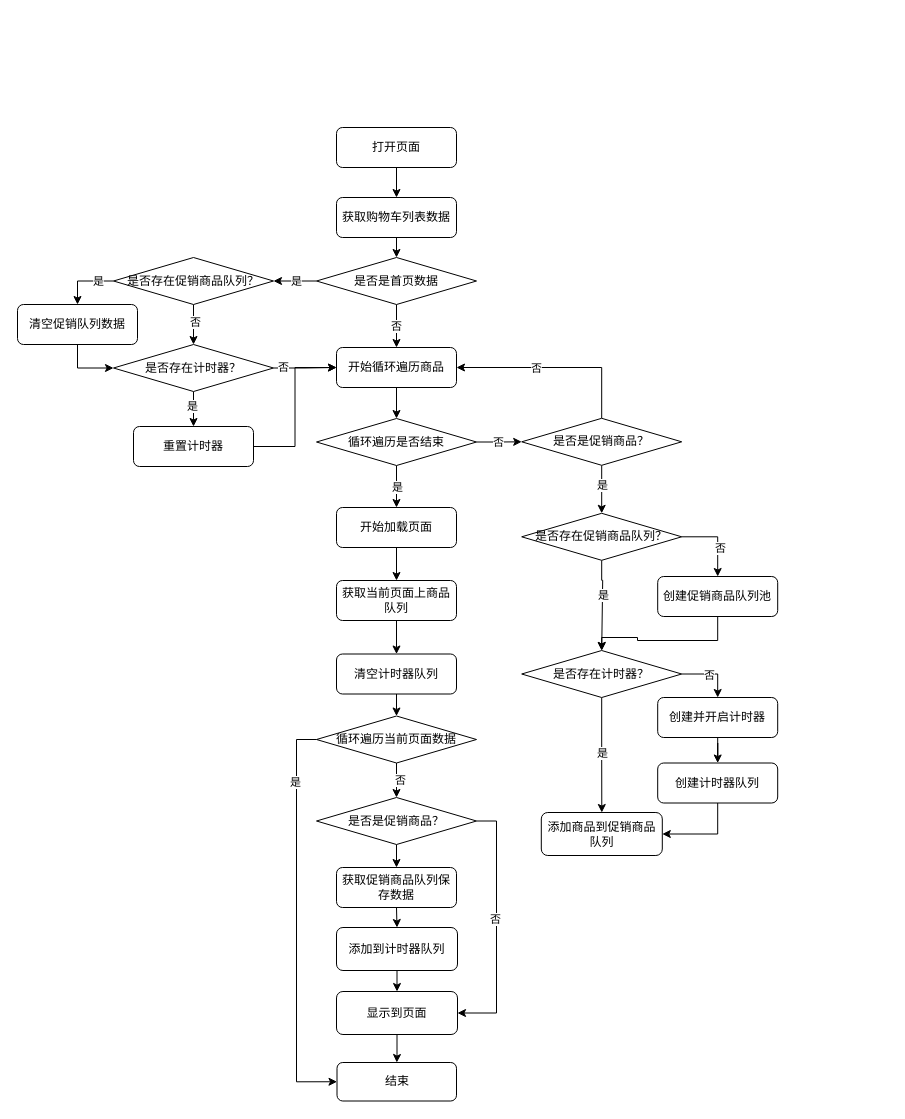
This is cart.drawio from wushenchao/dro, a draw.io file, before an edit. Source tidied: cells renumbered, new cells numbered last; positions are measured from the earlier drawing's top-left corner, leaving out a move shared by most shapes. Both pictures are drawn from the tidied source at 100%, with x=0, y=0 at pixel (17, 127).
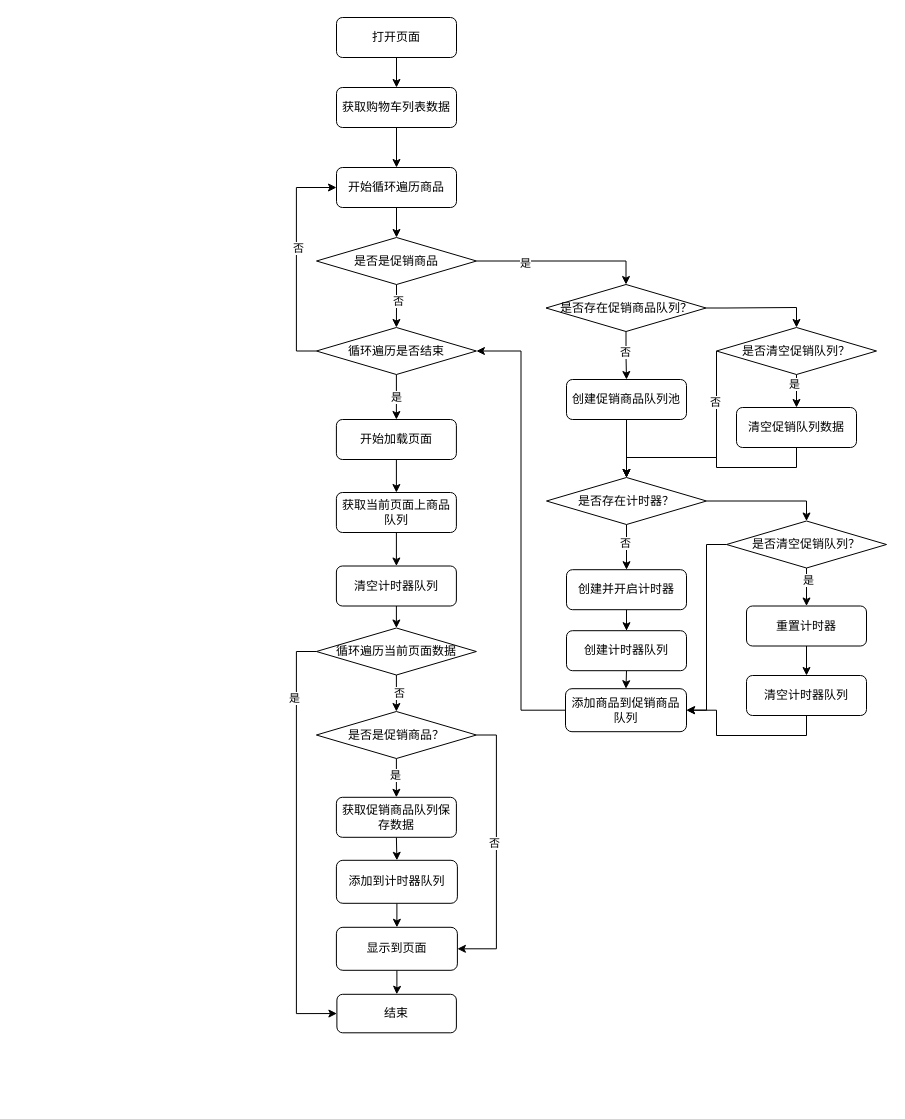
After the change.

Unchanged cells that the change refers to:
```xml
<mxCell id="36" style="edgeStyle=orthogonalEdgeStyle;rounded=0;jettySize=auto;html=1;exitX=0.5;exitY=1;exitDx=0;exitDy=0;entryX=0.5;entryY=0;entryDx=0;entryDy=0;" parent="1" edge="1" source="40" target="44">
  <mxGeometry relative="1" as="geometry" />
</mxCell>
<mxCell id="54" style="edgeStyle=orthogonalEdgeStyle;rounded=0;jettySize=auto;html=1;exitX=0.5;exitY=1;exitDx=0;exitDy=0;entryX=0.5;entryY=0;entryDx=0;entryDy=0;" parent="1" edge="1" source="57" target="59">
  <mxGeometry relative="1" as="geometry" />
</mxCell>
```

Change to the diagram source:
```diff
@@
     <mxCell id="3" value="打开页面" style="rounded=1;whiteSpace=wrap;html=1;" parent="1" vertex="1">
-      <mxGeometry x="319" width="120" height="40" as="geometry" />
+      <mxGeometry x="319" y="-110" width="120" height="40" as="geometry" />
     </mxCell>
-    <mxCell id="4" style="edgeStyle=orthogonalEdgeStyle;rounded=0;jettySize=auto;html=1;exitX=0.5;exitY=1;exitDx=0;exitDy=0;entryX=0.5;entryY=0;entryDx=0;entryDy=0;" parent="1" edge="1" source="5" target="49">
-      <mxGeometry relative="1" as="geometry" />
-    </mxCell>
+    <mxCell id="76" style="edgeStyle=orthogonalEdgeStyle;rounded=0;jettySize=auto;html=1;exitX=0.5;exitY=1;exitDx=0;exitDy=0;entryX=0.5;entryY=0;entryDx=0;entryDy=0;" parent="1" edge="1" source="5" target="91">
+      <mxGeometry relative="1" as="geometry" />
+    </mxCell>
     <mxCell id="5" value="开始循环遍历商品" style="rounded=1;whiteSpace=wrap;html=1;" parent="1" vertex="1">
-      <mxGeometry x="319" y="220" width="120" height="40" as="geometry" />
+      <mxGeometry x="319" y="40" width="120" height="40" as="geometry" />
     </mxCell>
-    <mxCell id="6" style="edgeStyle=orthogonalEdgeStyle;rounded=0;jettySize=auto;html=1;exitX=0.5;exitY=1;exitDx=0;exitDy=0;entryX=0.5;entryY=0;entryDx=0;entryDy=0;" parent="1" edge="1" source="10" target="15">
-      <mxGeometry relative="1" as="geometry" />
-    </mxCell>
-    <mxCell id="7" value="是" style="edgeLabel;html=1;align=center;verticalAlign=middle;" parent="6" vertex="1">
-      <mxGeometry x="-0.15" relative="1" as="geometry" />
-    </mxCell>
-    <mxCell id="8" style="edgeStyle=orthogonalEdgeStyle;rounded=0;jettySize=auto;html=1;exitX=0.5;exitY=0;exitDx=0;exitDy=0;entryX=1;entryY=0.5;entryDx=0;entryDy=0;" parent="1" edge="1" source="10" target="5">
-      <mxGeometry relative="1" as="geometry" />
-    </mxCell>
-    <mxCell id="9" value="否" style="edgeLabel;html=1;align=center;verticalAlign=middle;" parent="8" vertex="1">
-      <mxGeometry x="0.2" relative="1" as="geometry">
-        <mxPoint x="1" as="offset" />
-      </mxGeometry>
-    </mxCell>
-    <mxCell id="10" value="是否是促销商品？" style="rhombus;whiteSpace=wrap;html=1;" parent="1" vertex="1">
-      <mxGeometry x="504.2" y="290.8" width="160" height="47" as="geometry" />
-    </mxCell>
-    <mxCell id="11" style="edgeStyle=orthogonalEdgeStyle;rounded=0;jettySize=auto;html=1;exitX=0.5;exitY=1;exitDx=0;exitDy=0;entryX=0.5;entryY=0;entryDx=0;entryDy=0;" parent="1" edge="1" source="15" target="21">
-      <mxGeometry relative="1" as="geometry">
-        <Array as="points">
-          <mxPoint x="584.2" y="452.8" />
-          <mxPoint x="585.2" y="452.8" />
-        </Array>
-      </mxGeometry>
-    </mxCell>
-    <mxCell id="12" value="是" style="edgeLabel;html=1;align=center;verticalAlign=middle;" parent="11" vertex="1">
-      <mxGeometry x="-0.21" y="1" relative="1" as="geometry" />
-    </mxCell>
-    <mxCell id="13" style="edgeStyle=orthogonalEdgeStyle;rounded=0;jettySize=auto;html=1;exitX=1;exitY=0.5;exitDx=0;exitDy=0;entryX=0.5;entryY=0;entryDx=0;entryDy=0;" parent="1" edge="1" source="15" target="70">
-      <mxGeometry relative="1" as="geometry" />
-    </mxCell>
-    <mxCell id="14" value="否" style="edgeLabel;html=1;align=center;verticalAlign=middle;" parent="13" vertex="1">
-      <mxGeometry x="0.23" y="2" relative="1" as="geometry" />
-    </mxCell>
-    <mxCell id="15" value="是否存在促销商品队列？" style="rhombus;whiteSpace=wrap;html=1;" parent="1" vertex="1">
-      <mxGeometry x="504.2" y="385.8" width="160" height="47" as="geometry" />
-    </mxCell>
+    <mxCell id="77" style="edgeStyle=orthogonalEdgeStyle;rounded=0;jettySize=auto;html=1;exitX=0;exitY=0.5;exitDx=0;exitDy=0;entryX=1;entryY=0.5;entryDx=0;entryDy=0;" parent="1" edge="1" source="16" target="49">
+      <mxGeometry relative="1" as="geometry" />
+    </mxCell>
     <mxCell id="16" value="添加商品到促销商品队列" style="rounded=1;whiteSpace=wrap;html=1;" parent="1" vertex="1">
-      <mxGeometry x="523.8" y="685" width="121" height="43" as="geometry" />
+      <mxGeometry x="548" y="561.2" width="121" height="43" as="geometry" />
     </mxCell>
-    <mxCell id="17" style="edgeStyle=orthogonalEdgeStyle;rounded=0;jettySize=auto;html=1;exitX=0.5;exitY=1;exitDx=0;exitDy=0;entryX=0.5;entryY=0;entryDx=0;entryDy=0;" parent="1" edge="1" source="21" target="16">
-      <mxGeometry relative="1" as="geometry" />
-    </mxCell>
-    <mxCell id="18" value="是" style="edgeLabel;html=1;align=center;verticalAlign=middle;" parent="17" vertex="1">
-      <mxGeometry x="-0.04" relative="1" as="geometry" />
-    </mxCell>
-    <mxCell id="19" style="edgeStyle=orthogonalEdgeStyle;rounded=0;jettySize=auto;html=1;exitX=1;exitY=0.5;exitDx=0;exitDy=0;entryX=0.5;entryY=0;entryDx=0;entryDy=0;" parent="1" edge="1" source="21" target="23">
-      <mxGeometry relative="1" as="geometry" />
-    </mxCell>
-    <mxCell id="20" value="否" style="edgeLabel;html=1;align=center;verticalAlign=middle;" parent="19" vertex="1">
-      <mxGeometry x="-0.1" relative="1" as="geometry">
-        <mxPoint y="1" as="offset" />
-      </mxGeometry>
-    </mxCell>
-    <mxCell id="21" value="是否存在计时器？" style="rhombus;whiteSpace=wrap;html=1;" parent="1" vertex="1">
-      <mxGeometry x="504.2" y="523" width="160" height="47" as="geometry" />
-    </mxCell>
@@
-    <mxCell id="23" value="创建并开启计时器" style="rounded=1;whiteSpace=wrap;html=1;" parent="1" vertex="1">
-      <mxGeometry x="640.2" y="570" width="120" height="40" as="geometry" />
+    <mxCell id="23" value="重置计时器" style="rounded=1;whiteSpace=wrap;html=1;" parent="1" vertex="1">
+      <mxGeometry x="729" y="478.5" width="120" height="40" as="geometry" />
     </mxCell>
-    <mxCell id="24" style="edgeStyle=orthogonalEdgeStyle;rounded=0;jettySize=auto;html=1;exitX=0.5;exitY=1;exitDx=0;exitDy=0;entryX=0.5;entryY=0;entryDx=0;entryDy=0;" parent="1" edge="1" source="25" target="30">
-      <mxGeometry relative="1" as="geometry" />
-    </mxCell>
+    <mxCell id="78" style="edgeStyle=orthogonalEdgeStyle;rounded=0;jettySize=auto;html=1;exitX=0.5;exitY=1;exitDx=0;exitDy=0;" parent="1" edge="1" source="25" target="5">
+      <mxGeometry relative="1" as="geometry" />
+    </mxCell>
     <mxCell id="25" value="获取购物车列表数据" style="rounded=1;whiteSpace=wrap;html=1;" parent="1" vertex="1">
-      <mxGeometry x="319" y="70" width="120" height="40" as="geometry" />
+      <mxGeometry x="319" y="-40" width="120" height="40" as="geometry" />
     </mxCell>
-    <mxCell id="26" style="edgeStyle=orthogonalEdgeStyle;rounded=0;jettySize=auto;html=1;exitX=0.5;exitY=1;exitDx=0;exitDy=0;" parent="1" edge="1" source="30" target="5">
-      <mxGeometry relative="1" as="geometry" />
-    </mxCell>
-    <mxCell id="27" value="否" style="edgeLabel;html=1;align=center;verticalAlign=middle;" parent="26" vertex="1">
-      <mxGeometry x="-0.02" y="-1" relative="1" as="geometry" />
-    </mxCell>
-    <mxCell id="28" style="edgeStyle=orthogonalEdgeStyle;rounded=0;jettySize=auto;html=1;exitX=0;exitY=0.5;exitDx=0;exitDy=0;entryX=1;entryY=0.5;entryDx=0;entryDy=0;" parent="1" edge="1" source="30" target="35">
-      <mxGeometry relative="1" as="geometry" />
-    </mxCell>
-    <mxCell id="29" value="是" style="edgeLabel;html=1;align=center;verticalAlign=middle;" parent="28" vertex="1">
-      <mxGeometry x="-0.02" relative="1" as="geometry" />
-    </mxCell>
-    <mxCell id="30" value="是否是首页数据" style="rhombus;whiteSpace=wrap;html=1;" parent="1" vertex="1">
-      <mxGeometry x="299" y="130" width="160" height="47" as="geometry" />
-    </mxCell>
-    <mxCell id="31" style="edgeStyle=orthogonalEdgeStyle;rounded=0;jettySize=auto;html=1;exitX=0.5;exitY=1;exitDx=0;exitDy=0;entryX=0.5;entryY=0;entryDx=0;entryDy=0;" parent="1" edge="1" source="35" target="40">
-      <mxGeometry relative="1" as="geometry" />
-    </mxCell>
-    <mxCell id="32" value="否" style="edgeLabel;html=1;align=center;verticalAlign=middle;" parent="31" vertex="1">
-      <mxGeometry x="-0.16" y="1" relative="1" as="geometry" />
-    </mxCell>
-    <mxCell id="33" style="edgeStyle=orthogonalEdgeStyle;rounded=0;jettySize=auto;html=1;exitX=0;exitY=0.5;exitDx=0;exitDy=0;entryX=0.5;entryY=0;entryDx=0;entryDy=0;" parent="1" edge="1" source="35" target="42">
-      <mxGeometry relative="1" as="geometry" />
-    </mxCell>
-    <mxCell id="34" value="是" style="edgeLabel;html=1;align=center;verticalAlign=middle;" parent="33" vertex="1">
-      <mxGeometry x="-0.47" relative="1" as="geometry" />
-    </mxCell>
+    <mxCell id="79" style="edgeStyle=orthogonalEdgeStyle;rounded=0;jettySize=auto;html=1;exitX=0.5;exitY=1;exitDx=0;exitDy=0;entryX=0.5;entryY=0;entryDx=0;entryDy=0;" parent="1" edge="1" source="35" target="70">
+      <mxGeometry relative="1" as="geometry" />
+    </mxCell>
+    <mxCell id="80" value="否" style="edgeLabel;html=1;align=center;verticalAlign=middle;" parent="79" vertex="1">
+      <mxGeometry x="-0.16" y="-1" relative="1" as="geometry" />
+    </mxCell>
+    <mxCell id="81" style="edgeStyle=orthogonalEdgeStyle;rounded=0;jettySize=auto;html=1;exitX=1;exitY=0.5;exitDx=0;exitDy=0;entryX=0.5;entryY=0;entryDx=0;entryDy=0;" parent="1" edge="1" source="35" target="99">
+      <mxGeometry relative="1" as="geometry" />
+    </mxCell>
     <mxCell id="35" value="是否存在促销商品队列？" style="rhombus;whiteSpace=wrap;html=1;" parent="1" vertex="1">
-      <mxGeometry x="96" y="130" width="160" height="47" as="geometry" />
+      <mxGeometry x="528.5" y="157" width="160" height="47" as="geometry" />
     </mxCell>
@@
-    <mxCell id="37" value="是" style="edgeLabel;html=1;align=center;verticalAlign=middle;" parent="36" vertex="1">
+    <mxCell id="37" value="否" style="edgeLabel;html=1;align=center;verticalAlign=middle;" parent="36" vertex="1">
       <mxGeometry x="-0.21" y="-2" relative="1" as="geometry" />
     </mxCell>
-    <mxCell id="38" style="edgeStyle=orthogonalEdgeStyle;rounded=0;jettySize=auto;html=1;exitX=1;exitY=0.5;exitDx=0;exitDy=0;entryX=0;entryY=0.5;entryDx=0;entryDy=0;" parent="1" edge="1" source="40" target="5">
-      <mxGeometry relative="1" as="geometry" />
-    </mxCell>
-    <mxCell id="39" value="否" style="edgeLabel;html=1;align=center;verticalAlign=middle;" parent="38" vertex="1">
-      <mxGeometry x="-0.71" y="2" relative="1" as="geometry">
-        <mxPoint y="1" as="offset" />
-      </mxGeometry>
-    </mxCell>
+    <mxCell id="82" style="edgeStyle=orthogonalEdgeStyle;rounded=0;jettySize=auto;html=1;exitX=1;exitY=0.5;exitDx=0;exitDy=0;entryX=0.5;entryY=0;entryDx=0;entryDy=0;" parent="1" edge="1" source="40" target="103">
+      <mxGeometry relative="1" as="geometry" />
+    </mxCell>
     <mxCell id="40" value="是否存在计时器？" style="rhombus;whiteSpace=wrap;html=1;" parent="1" vertex="1">
-      <mxGeometry x="96" y="217" width="160" height="47" as="geometry" />
+      <mxGeometry x="529" y="350" width="160" height="47" as="geometry" />
     </mxCell>
-    <mxCell id="41" style="edgeStyle=orthogonalEdgeStyle;rounded=0;jettySize=auto;html=1;exitX=0.5;exitY=1;exitDx=0;exitDy=0;entryX=0;entryY=0.5;entryDx=0;entryDy=0;" parent="1" edge="1" source="42" target="40">
-      <mxGeometry relative="1" as="geometry" />
-    </mxCell>
-    <mxCell id="42" value="清空促销队列数据" style="rounded=1;whiteSpace=wrap;html=1;" parent="1" vertex="1">
-      <mxGeometry y="177" width="120" height="40" as="geometry" />
-    </mxCell>
-    <mxCell id="43" style="edgeStyle=orthogonalEdgeStyle;rounded=0;jettySize=auto;html=1;exitX=1;exitY=0.5;exitDx=0;exitDy=0;entryX=0;entryY=0.5;entryDx=0;entryDy=0;" parent="1" edge="1" source="44" target="5">
-      <mxGeometry relative="1" as="geometry" />
-    </mxCell>
+    <mxCell id="83" style="edgeStyle=orthogonalEdgeStyle;rounded=0;jettySize=auto;html=1;exitX=0.5;exitY=1;exitDx=0;exitDy=0;" parent="1" edge="1" source="44" target="94">
+      <mxGeometry relative="1" as="geometry" />
+    </mxCell>
-    <mxCell id="44" value="重置计时器" style="rounded=1;whiteSpace=wrap;html=1;" parent="1" vertex="1">
-      <mxGeometry x="116" y="299" width="120" height="40" as="geometry" />
+    <mxCell id="44" value="创建并开启计时器" style="rounded=1;whiteSpace=wrap;html=1;" parent="1" vertex="1">
+      <mxGeometry x="549" y="442.2" width="120" height="40" as="geometry" />
     </mxCell>
@@
-    <mxCell id="47" style="edgeStyle=orthogonalEdgeStyle;rounded=0;jettySize=auto;html=1;exitX=1;exitY=0.5;exitDx=0;exitDy=0;entryX=0;entryY=0.5;entryDx=0;entryDy=0;" parent="1" edge="1" source="49" target="10">
-      <mxGeometry relative="1" as="geometry" />
-    </mxCell>
-    <mxCell id="48" value="否" style="edgeLabel;html=1;align=center;verticalAlign=middle;" parent="47" vertex="1">
-      <mxGeometry x="-0.08" y="1" relative="1" as="geometry">
-        <mxPoint y="1" as="offset" />
-      </mxGeometry>
-    </mxCell>
+    <mxCell id="84" style="edgeStyle=orthogonalEdgeStyle;rounded=0;jettySize=auto;html=1;exitX=0;exitY=0.5;exitDx=0;exitDy=0;entryX=0;entryY=0.5;entryDx=0;entryDy=0;" parent="1" edge="1" source="49" target="5">
+      <mxGeometry relative="1" as="geometry" />
+    </mxCell>
+    <mxCell id="85" value="否" style="edgeLabel;html=1;align=center;verticalAlign=middle;" parent="84" vertex="1">
+      <mxGeometry x="0.1" y="-2" relative="1" as="geometry" />
+    </mxCell>
     <mxCell id="49" value="循环遍历是否结束" style="rhombus;whiteSpace=wrap;html=1;" parent="1" vertex="1">
-      <mxGeometry x="299" y="291" width="160" height="47" as="geometry" />
+      <mxGeometry x="298.9" y="200" width="160" height="47" as="geometry" />
     </mxCell>
@@
     <mxCell id="51" value="开始加载页面" style="rounded=1;whiteSpace=wrap;html=1;" parent="1" vertex="1">
-      <mxGeometry x="319" y="380" width="120" height="40" as="geometry" />
+      <mxGeometry x="318.9" y="292" width="120" height="40" as="geometry" />
     </mxCell>
@@
     <mxCell id="53" value="获取当前页面上商品队列" style="rounded=1;whiteSpace=wrap;html=1;" parent="1" vertex="1">
-      <mxGeometry x="319" y="453" width="120" height="40" as="geometry" />
+      <mxGeometry x="318.9" y="365" width="120" height="40" as="geometry" />
     </mxCell>
@@
+    <mxCell id="86" value="是" style="edgeLabel;html=1;align=center;verticalAlign=middle;" parent="54" vertex="1">
+      <mxGeometry x="-0.17" y="-1" relative="1" as="geometry" />
+    </mxCell>
@@
     <mxCell id="57" value="是否是促销商品？" style="rhombus;whiteSpace=wrap;html=1;" parent="1" vertex="1">
-      <mxGeometry x="299" y="670" width="160" height="47" as="geometry" />
+      <mxGeometry x="298.9" y="584" width="160" height="47" as="geometry" />
     </mxCell>
@@
     <mxCell id="59" value="获取促销商品队列保存数据" style="rounded=1;whiteSpace=wrap;html=1;" parent="1" vertex="1">
-      <mxGeometry x="319" y="740" width="120" height="40" as="geometry" />
+      <mxGeometry x="318.9" y="669.8" width="120" height="40" as="geometry" />
     </mxCell>
@@
     <mxCell id="61" value="&lt;div&gt;添加到计时器队列&lt;/div&gt;" style="rounded=1;whiteSpace=wrap;html=1;" parent="1" vertex="1">
-      <mxGeometry x="319" y="800" width="121" height="43" as="geometry" />
+      <mxGeometry x="318.9" y="732.8" width="121" height="43" as="geometry" />
     </mxCell>
@@
-    <mxCell id="63" value="创建计时器队列" style="rounded=1;whiteSpace=wrap;html=1;" parent="1" vertex="1">
-      <mxGeometry x="640.2" y="635.5" width="120" height="40" as="geometry" />
+    <mxCell id="63" value="清空计时器队列" style="rounded=1;whiteSpace=wrap;html=1;" parent="1" vertex="1">
+      <mxGeometry x="729" y="548" width="120" height="40" as="geometry" />
     </mxCell>
@@
     <mxCell id="65" value="清空计时器队列" style="rounded=1;whiteSpace=wrap;html=1;" parent="1" vertex="1">
-      <mxGeometry x="319" y="526.5" width="120" height="40" as="geometry" />
+      <mxGeometry x="318.9" y="438.5" width="120" height="40" as="geometry" />
     </mxCell>
@@
     <mxCell id="67" value="显示到页面" style="rounded=1;whiteSpace=wrap;html=1;" parent="1" vertex="1">
-      <mxGeometry x="319" y="864" width="121" height="43" as="geometry" />
+      <mxGeometry x="318.9" y="799.8" width="121" height="43" as="geometry" />
     </mxCell>
     <mxCell id="68" value="结束" style="whiteSpace=wrap;html=1;rounded=1;" parent="1" vertex="1">
-      <mxGeometry x="319.5" y="935" width="119.5" height="38.5" as="geometry" />
+      <mxGeometry x="319.4" y="866.8" width="119.5" height="38.5" as="geometry" />
     </mxCell>
-    <mxCell id="69" style="edgeStyle=orthogonalEdgeStyle;rounded=0;jettySize=auto;html=1;exitX=0.5;exitY=1;exitDx=0;exitDy=0;entryX=0.5;entryY=0;entryDx=0;entryDy=0;" parent="1" edge="1" source="70" target="21">
-      <mxGeometry relative="1" as="geometry">
-        <Array as="points">
-          <mxPoint x="700" y="513" />
-          <mxPoint x="620" y="513" />
-          <mxPoint x="620" y="510" />
-          <mxPoint x="584" y="510" />
-        </Array>
-      </mxGeometry>
-    </mxCell>
-    <mxCell id="70" value="创建促销商品队列池" style="rounded=1;whiteSpace=wrap;html=1;" parent="1" vertex="1">
-      <mxGeometry x="640.2" y="449" width="120" height="40" as="geometry" />
-    </mxCell>
@@
     <mxCell id="75" value="循环遍历当前页面数据" style="rhombus;whiteSpace=wrap;html=1;" parent="1" vertex="1">
-      <mxGeometry x="299" y="588.5" width="160" height="47" as="geometry" />
+      <mxGeometry x="298.9" y="500.5" width="160" height="47" as="geometry" />
     </mxCell>
+    <mxCell id="87" style="edgeStyle=orthogonalEdgeStyle;rounded=0;jettySize=auto;html=1;exitX=0.5;exitY=1;exitDx=0;exitDy=0;entryX=0.5;entryY=0;entryDx=0;entryDy=0;" parent="1" edge="1" source="91" target="49">
+      <mxGeometry relative="1" as="geometry" />
+    </mxCell>
+    <mxCell id="88" value="否" style="edgeLabel;html=1;align=center;verticalAlign=middle;" parent="87" vertex="1">
+      <mxGeometry x="-0.26" y="1" relative="1" as="geometry" />
+    </mxCell>
+    <mxCell id="89" style="edgeStyle=orthogonalEdgeStyle;rounded=0;jettySize=auto;html=1;exitX=1;exitY=0.5;exitDx=0;exitDy=0;entryX=0.5;entryY=0;entryDx=0;entryDy=0;" parent="1" edge="1" source="91" target="35">
+      <mxGeometry relative="1" as="geometry" />
+    </mxCell>
+    <mxCell id="90" value="是" style="edgeLabel;html=1;align=center;verticalAlign=middle;" parent="89" vertex="1">
+      <mxGeometry x="-0.44" y="-1" relative="1" as="geometry">
+        <mxPoint y="1" as="offset" />
+      </mxGeometry>
+    </mxCell>
+    <mxCell id="91" value="是否是促销商品" style="rhombus;whiteSpace=wrap;html=1;" parent="1" vertex="1">
+      <mxGeometry x="299" y="110" width="160" height="47" as="geometry" />
+    </mxCell>
+    <mxCell id="92" style="edgeStyle=orthogonalEdgeStyle;rounded=0;jettySize=auto;html=1;exitX=0.5;exitY=1;exitDx=0;exitDy=0;entryX=0.5;entryY=0;entryDx=0;entryDy=0;" parent="1" edge="1" source="70" target="40">
+      <mxGeometry relative="1" as="geometry" />
+    </mxCell>
+    <mxCell id="70" value="创建促销商品队列池" style="rounded=1;whiteSpace=wrap;html=1;" parent="1" vertex="1">
+      <mxGeometry x="549" y="252" width="120" height="40" as="geometry" />
+    </mxCell>
+    <mxCell id="93" style="edgeStyle=orthogonalEdgeStyle;rounded=0;jettySize=auto;html=1;exitX=0.5;exitY=1;exitDx=0;exitDy=0;entryX=0.5;entryY=0;entryDx=0;entryDy=0;" parent="1" edge="1" source="94" target="16">
+      <mxGeometry relative="1" as="geometry" />
+    </mxCell>
+    <mxCell id="94" value="创建计时器队列" style="rounded=1;whiteSpace=wrap;html=1;" parent="1" vertex="1">
+      <mxGeometry x="549" y="503.2" width="120" height="40" as="geometry" />
+    </mxCell>
+    <mxCell id="95" style="edgeStyle=orthogonalEdgeStyle;rounded=0;jettySize=auto;html=1;exitX=0;exitY=0.5;exitDx=0;exitDy=0;entryX=0.5;entryY=0;entryDx=0;entryDy=0;" parent="1" edge="1" source="99" target="40">
+      <mxGeometry relative="1" as="geometry">
+        <Array as="points">
+          <mxPoint x="699" y="330" />
+          <mxPoint x="609" y="330" />
+        </Array>
+      </mxGeometry>
+    </mxCell>
+    <mxCell id="96" value="否" style="edgeLabel;html=1;align=center;verticalAlign=middle;" parent="95" vertex="1">
+      <mxGeometry x="-0.54" y="-2" relative="1" as="geometry">
+        <mxPoint y="1" as="offset" />
+      </mxGeometry>
+    </mxCell>
+    <mxCell id="97" style="edgeStyle=orthogonalEdgeStyle;rounded=0;jettySize=auto;html=1;exitX=0.5;exitY=1;exitDx=0;exitDy=0;entryX=0.5;entryY=0;entryDx=0;entryDy=0;" parent="1" edge="1" source="99" target="42">
+      <mxGeometry relative="1" as="geometry" />
+    </mxCell>
+    <mxCell id="98" value="是" style="edgeLabel;html=1;align=center;verticalAlign=middle;" parent="97" vertex="1">
+      <mxGeometry x="-0.43" y="-3" relative="1" as="geometry" />
+    </mxCell>
+    <mxCell id="99" value="是否清空促销队列？" style="rhombus;whiteSpace=wrap;html=1;" parent="1" vertex="1">
+      <mxGeometry x="699" y="200" width="160" height="47" as="geometry" />
+    </mxCell>
+    <mxCell id="41" style="edgeStyle=orthogonalEdgeStyle;rounded=0;jettySize=auto;html=1;exitX=0.5;exitY=1;exitDx=0;exitDy=0;entryX=0.5;entryY=0;entryDx=0;entryDy=0;" parent="1" edge="1" source="42" target="40">
+      <mxGeometry relative="1" as="geometry" />
+    </mxCell>
+    <mxCell id="42" value="清空促销队列数据" style="rounded=1;whiteSpace=wrap;html=1;" parent="1" vertex="1">
+      <mxGeometry x="719" y="280" width="120" height="40" as="geometry" />
+    </mxCell>
+    <mxCell id="100" style="edgeStyle=orthogonalEdgeStyle;rounded=0;jettySize=auto;html=1;exitX=0.5;exitY=1;exitDx=0;exitDy=0;entryX=0.5;entryY=0;entryDx=0;entryDy=0;" parent="1" edge="1" source="103" target="23">
+      <mxGeometry relative="1" as="geometry" />
+    </mxCell>
+    <mxCell id="101" value="是" style="edgeLabel;html=1;align=center;verticalAlign=middle;" parent="100" vertex="1">
+      <mxGeometry x="-0.39" y="1" relative="1" as="geometry" />
+    </mxCell>
+    <mxCell id="102" style="edgeStyle=orthogonalEdgeStyle;rounded=0;jettySize=auto;html=1;exitX=0;exitY=0.5;exitDx=0;exitDy=0;entryX=1;entryY=0.5;entryDx=0;entryDy=0;" parent="1" edge="1" source="103" target="16">
+      <mxGeometry relative="1" as="geometry" />
+    </mxCell>
+    <mxCell id="103" value="是否清空促销队列？" style="rhombus;whiteSpace=wrap;html=1;" parent="1" vertex="1">
+      <mxGeometry x="709" y="393.5" width="160" height="47" as="geometry" />
+    </mxCell>
```
